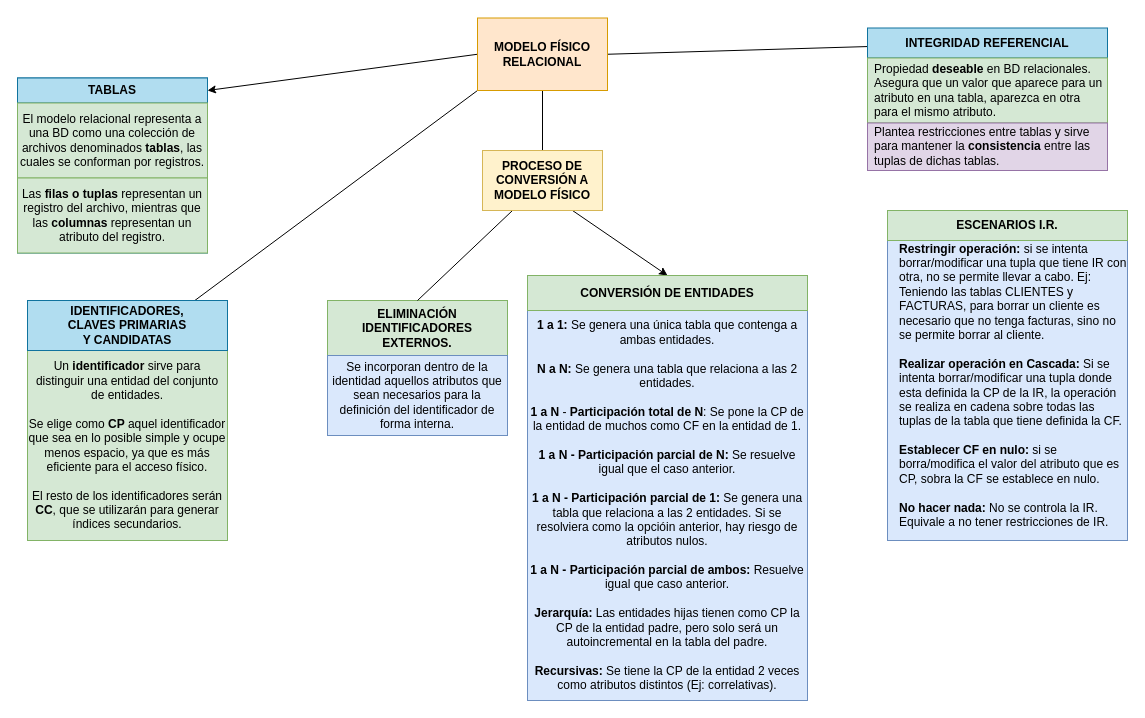
This is page "Modelo Físico" (4 of 8) of Diagrama-resumen.drawio from senras/DBD, a draw.io file, before an edit. Source tidied: cells renumbered, new cells numbered last; positions are measured from the earlier drawing's top-left corner, leaving out a move shared by most shapes. Both pictures are drawn from the tidied source at 100%, with x=0, y=0 at pixel (17, 18).
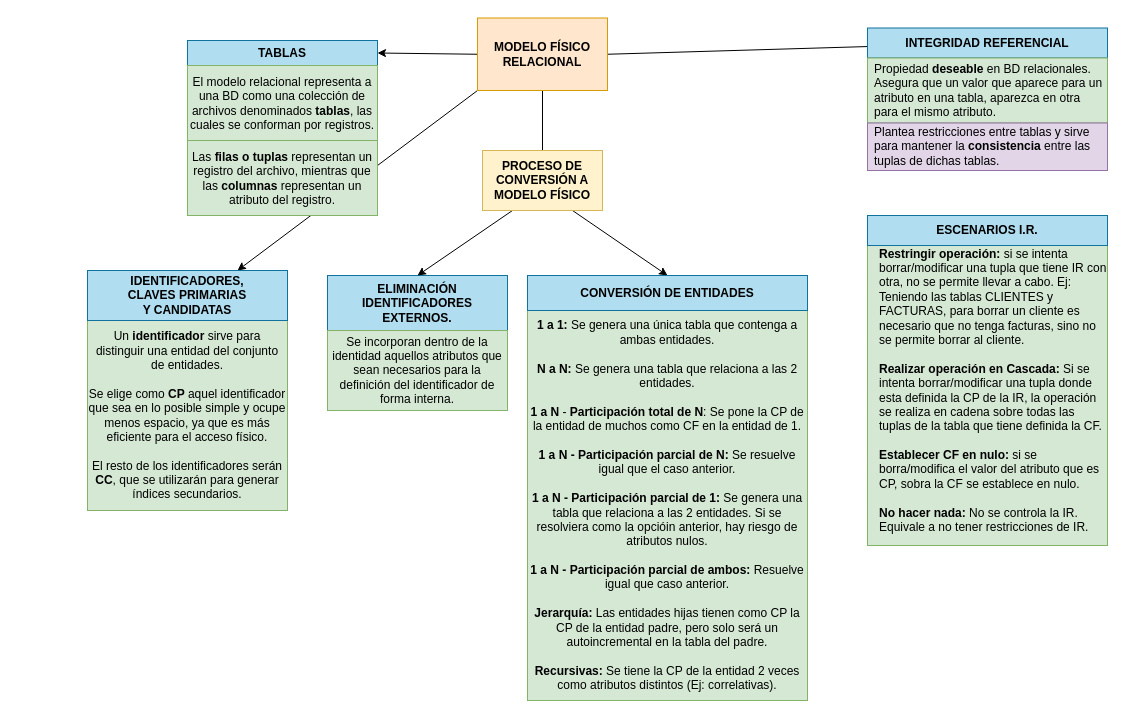
The same diagram, later.

The change refers to these unchanged cells:
```xml
<mxCell id="7" value="&lt;b&gt;MODELO FÍSICO RELACIONAL&lt;/b&gt;" style="rounded=0;whiteSpace=wrap;html=1;fillColor=#ffe6cc;strokeColor=#d79b00;" parent="1" vertex="1">
  <mxGeometry x="460" y="-0.5" width="130" height="72.5" as="geometry" />
</mxCell>
<mxCell id="14" value="&lt;b&gt;PROCESO DE CONVERSIÓN A&lt;br&gt;MODELO FÍSICO&lt;/b&gt;" style="rounded=0;whiteSpace=wrap;html=1;fillColor=#fff2cc;strokeColor=#d6b656;" parent="1" vertex="1">
  <mxGeometry x="465" y="132" width="120" height="60" as="geometry" />
</mxCell>
```

Change to the diagram source:
```diff
@@
-    <mxCell id="2" value="&lt;b&gt;1 a 1: &lt;/b&gt;Se genera una única tabla que contenga a ambas entidades.&lt;br&gt;&lt;br&gt;&lt;b&gt;N a N:&lt;/b&gt;&amp;nbsp;Se genera una tabla que relaciona a las 2 entidades.&lt;br&gt;&lt;br&gt;&lt;b&gt;1 a N &lt;/b&gt;- &lt;b&gt;Participación total de N&lt;/b&gt;: Se pone la CP de la entidad de muchos como CF en la entidad de 1.&lt;br&gt;&lt;br&gt;&lt;b&gt;1 a N - Participación parcial de N:&lt;/b&gt;&amp;nbsp;Se resuelve igual que el caso anterior.&lt;br&gt;&lt;br&gt;&lt;b&gt;1 a N - Participación parcial de 1:&amp;nbsp;&lt;/b&gt;Se genera una tabla que relaciona a las 2 entidades. Si se resolviera como la opcióin anterior, hay riesgo de atributos nulos.&lt;br&gt;&lt;br&gt;&lt;b&gt;1 a N - Participación parcial de ambos: &lt;/b&gt;Resuelve igual que caso anterior.&lt;br&gt;&lt;br&gt;&lt;b&gt;Jerarquía: &lt;/b&gt;Las entidades hijas tienen como CP la CP de la entidad padre, pero solo será un autoincremental en la tabla del padre.&lt;br&gt;&lt;br&gt;&lt;b&gt;Recursivas: &lt;/b&gt;Se tiene la CP de la entidad 2 veces como atributos distintos (Ej: correlativas)." style="rounded=0;whiteSpace=wrap;html=1;fillColor=#dae8fc;strokeColor=#6c8ebf;" parent="1" vertex="1">
+    <mxCell id="2" value="&lt;b&gt;1 a 1: &lt;/b&gt;Se genera una única tabla que contenga a ambas entidades.&lt;br&gt;&lt;br&gt;&lt;b&gt;N a N:&lt;/b&gt;&amp;nbsp;Se genera una tabla que relaciona a las 2 entidades.&lt;br&gt;&lt;br&gt;&lt;b&gt;1 a N &lt;/b&gt;- &lt;b&gt;Participación total de N&lt;/b&gt;: Se pone la CP de la entidad de muchos como CF en la entidad de 1.&lt;br&gt;&lt;br&gt;&lt;b&gt;1 a N - Participación parcial de N:&lt;/b&gt;&amp;nbsp;Se resuelve igual que el caso anterior.&lt;br&gt;&lt;br&gt;&lt;b&gt;1 a N - Participación parcial de 1:&amp;nbsp;&lt;/b&gt;Se genera una tabla que relaciona a las 2 entidades. Si se resolviera como la opcióin anterior, hay riesgo de atributos nulos.&lt;br&gt;&lt;br&gt;&lt;b&gt;1 a N - Participación parcial de ambos: &lt;/b&gt;Resuelve igual que caso anterior.&lt;br&gt;&lt;br&gt;&lt;b&gt;Jerarquía: &lt;/b&gt;Las entidades hijas tienen como CP la CP de la entidad padre, pero solo será un autoincremental en la tabla del padre.&lt;br&gt;&lt;br&gt;&lt;b&gt;Recursivas: &lt;/b&gt;Se tiene la CP de la entidad 2 veces como atributos distintos (Ej: correlativas)." style="rounded=0;whiteSpace=wrap;html=1;fillColor=#d5e8d4;strokeColor=#82b366;" parent="1" vertex="1">
       <mxGeometry x="510" y="292" width="280" height="390" as="geometry" />
     </mxCell>
@@
-    <mxCell id="5" style="edgeStyle=none;rounded=0;jettySize=auto;html=1;exitX=0;exitY=1;exitDx=0;exitDy=0;entryX=0.5;entryY=0;entryDx=0;entryDy=0;endArrow=none;endFill=0;" parent="1" edge="1" source="7" target="15">
-      <mxGeometry relative="1" as="geometry" />
-    </mxCell>
@@
+    <mxCell id="26" style="rounded=0;jettySize=auto;html=1;exitX=0;exitY=1;exitDx=0;exitDy=0;entryX=0.75;entryY=0;entryDx=0;entryDy=0;startArrow=none;startFill=0;strokeWidth=1;endArrow=classic;endFill=1;" parent="1" edge="1" source="7" target="16">
+      <mxGeometry relative="1" as="geometry" />
+    </mxCell>
@@
-    <mxCell id="10" value="&lt;b&gt;ELIMINACIÓN&lt;br&gt;IDENTIFICADORES EXTERNOS.&lt;/b&gt;" style="rounded=0;whiteSpace=wrap;html=1;fillColor=#d5e8d4;strokeColor=#82b366;" parent="1" vertex="1">
-      <mxGeometry x="310" y="282" width="180" height="55" as="geometry" />
+    <mxCell id="10" value="&lt;b&gt;ELIMINACIÓN&lt;br&gt;IDENTIFICADORES EXTERNOS.&lt;/b&gt;" style="rounded=0;whiteSpace=wrap;html=1;fillColor=#b1ddf0;strokeColor=#10739e;" parent="1" vertex="1">
+      <mxGeometry x="310" y="257" width="180" height="55" as="geometry" />
     </mxCell>
-    <mxCell id="11" value="Se incorporan dentro de la identidad aquellos atributos que sean necesarios para la definición del identificador de forma interna." style="text;html=1;strokeColor=#6c8ebf;fillColor=#dae8fc;align=center;verticalAlign=middle;whiteSpace=wrap;rounded=0;" parent="1" vertex="1">
-      <mxGeometry x="310" y="337" width="180" height="80" as="geometry" />
+    <mxCell id="11" value="Se incorporan dentro de la identidad aquellos atributos que sean necesarios para la definición del identificador de forma interna." style="text;html=1;strokeColor=#82b366;fillColor=#d5e8d4;align=center;verticalAlign=middle;whiteSpace=wrap;rounded=0;" parent="1" vertex="1">
+      <mxGeometry x="310" y="312" width="180" height="80" as="geometry" />
     </mxCell>
-    <mxCell id="12" style="edgeStyle=none;rounded=0;jettySize=auto;html=1;exitX=0.25;exitY=1;exitDx=0;exitDy=0;entryX=0.5;entryY=0;entryDx=0;entryDy=0;endArrow=none;endFill=0;" parent="1" edge="1" source="14" target="10">
+    <mxCell id="12" style="edgeStyle=none;rounded=0;jettySize=auto;html=1;exitX=0.25;exitY=1;exitDx=0;exitDy=0;entryX=0.5;entryY=0;entryDx=0;entryDy=0;endArrow=classic;endFill=1;startArrow=none;startFill=0;" parent="1" edge="1" source="14" target="10">
       <mxGeometry relative="1" as="geometry" />
     </mxCell>
@@
     <mxCell id="15" value="Un &lt;b&gt;identificador &lt;/b&gt;sirve para distinguir una entidad del conjunto de entidades.&lt;br&gt;&lt;br&gt;Se elige como &lt;b&gt;CP &lt;/b&gt;aquel identificador que sea en lo posible simple y ocupe menos espacio, ya que es más eficiente para el acceso físico.&lt;br&gt;&lt;br&gt;El resto de los identificadores serán &lt;b&gt;CC&lt;/b&gt;, que se utilizarán para generar índices secundarios." style="text;html=1;strokeColor=#82b366;fillColor=#d5e8d4;align=center;verticalAlign=middle;whiteSpace=wrap;rounded=0;" parent="1" vertex="1">
-      <mxGeometry x="10" y="332" width="200" height="190" as="geometry" />
+      <mxGeometry x="70" y="302" width="200" height="190" as="geometry" />
     </mxCell>
     <mxCell id="16" value="&lt;b&gt;IDENTIFICADORES,&lt;br&gt;CLAVES PRIMARIAS &lt;br&gt;Y CANDIDATAS&lt;/b&gt;" style="text;html=1;strokeColor=#10739e;fillColor=#b1ddf0;align=center;verticalAlign=middle;whiteSpace=wrap;rounded=0;" parent="1" vertex="1">
-      <mxGeometry x="10" y="282" width="200" height="50" as="geometry" />
+      <mxGeometry x="70" y="252" width="200" height="50" as="geometry" />
     </mxCell>
-    <mxCell id="17" value="&lt;b&gt;CONVERSIÓN DE ENTIDADES&lt;/b&gt;" style="rounded=0;whiteSpace=wrap;html=1;fillColor=#d5e8d4;strokeColor=#82b366;" parent="1" vertex="1">
+    <mxCell id="17" value="&lt;b&gt;CONVERSIÓN DE ENTIDADES&lt;/b&gt;" style="rounded=0;whiteSpace=wrap;html=1;fillColor=#b1ddf0;strokeColor=#10739e;" parent="1" vertex="1">
       <mxGeometry x="510" y="257" width="280" height="35" as="geometry" />
     </mxCell>
@@
-    <mxCell id="19" value="&lt;b&gt;Restringir operación: &lt;/b&gt;si se intenta borrar/modificar una tupla que tiene IR con otra, no se permite llevar a cabo. Ej:&lt;br&gt;Teniendo las tablas CLIENTES y FACTURAS, para borrar un cliente es necesario que no tenga facturas, sino no se permite borrar al cliente.&lt;br&gt;&lt;br&gt;&lt;b&gt;Realizar operación en Cascada: &lt;/b&gt;Si se intenta borrar/modificar una tupla donde esta definida la CP de la IR, la operación se realiza en cadena sobre todas las tuplas de la tabla que tiene definida la CF.&lt;br&gt;&lt;br&gt;&lt;b&gt;Establecer CF en nulo:&lt;/b&gt;&amp;nbsp;si se borra/modifica el valor del atributo que es CP, sobra la CF se establece en nulo.&lt;br&gt;&lt;br&gt;&lt;b&gt;No hacer nada: &lt;/b&gt;No se controla la IR. Equivale a no tener restricciones de IR." style="rounded=0;whiteSpace=wrap;html=1;fillColor=#dae8fc;strokeColor=#6c8ebf;align=left;spacingLeft=10;" parent="1" vertex="1">
-      <mxGeometry x="870" y="212" width="240" height="310" as="geometry" />
+    <mxCell id="19" value="&lt;b&gt;Restringir operación: &lt;/b&gt;si se intenta borrar/modificar una tupla que tiene IR con otra, no se permite llevar a cabo. Ej:&lt;br&gt;Teniendo las tablas CLIENTES y FACTURAS, para borrar un cliente es necesario que no tenga facturas, sino no se permite borrar al cliente.&lt;br&gt;&lt;br&gt;&lt;b&gt;Realizar operación en Cascada: &lt;/b&gt;Si se intenta borrar/modificar una tupla donde esta definida la CP de la IR, la operación se realiza en cadena sobre todas las tuplas de la tabla que tiene definida la CF.&lt;br&gt;&lt;br&gt;&lt;b&gt;Establecer CF en nulo:&lt;/b&gt;&amp;nbsp;si se borra/modifica el valor del atributo que es CP, sobra la CF se establece en nulo.&lt;br&gt;&lt;br&gt;&lt;b&gt;No hacer nada: &lt;/b&gt;No se controla la IR. Equivale a no tener restricciones de IR." style="rounded=0;whiteSpace=wrap;html=1;fillColor=#d5e8d4;strokeColor=#82b366;align=left;spacingLeft=10;" parent="1" vertex="1">
+      <mxGeometry x="850" y="217" width="240" height="310" as="geometry" />
     </mxCell>
-    <mxCell id="20" value="&lt;b&gt;ESCENARIOS I.R.&lt;/b&gt;" style="rounded=0;whiteSpace=wrap;html=1;fillColor=#d5e8d4;strokeColor=#82b366;" parent="1" vertex="1">
-      <mxGeometry x="870" y="192" width="240" height="30" as="geometry" />
+    <mxCell id="20" value="&lt;b&gt;ESCENARIOS I.R.&lt;/b&gt;" style="rounded=0;whiteSpace=wrap;html=1;fillColor=#b1ddf0;strokeColor=#10739e;" parent="1" vertex="1">
+      <mxGeometry x="850" y="197" width="240" height="30" as="geometry" />
     </mxCell>
@@
     <mxCell id="22" style="group;fillColor=#b1ddf0;strokeColor=#10739e;" parent="1" vertex="1">
-      <mxGeometry y="59.5" width="190" height="175" as="geometry" />
+      <mxGeometry x="170" y="22" width="190" height="175" as="geometry" />
     </mxCell>
```
